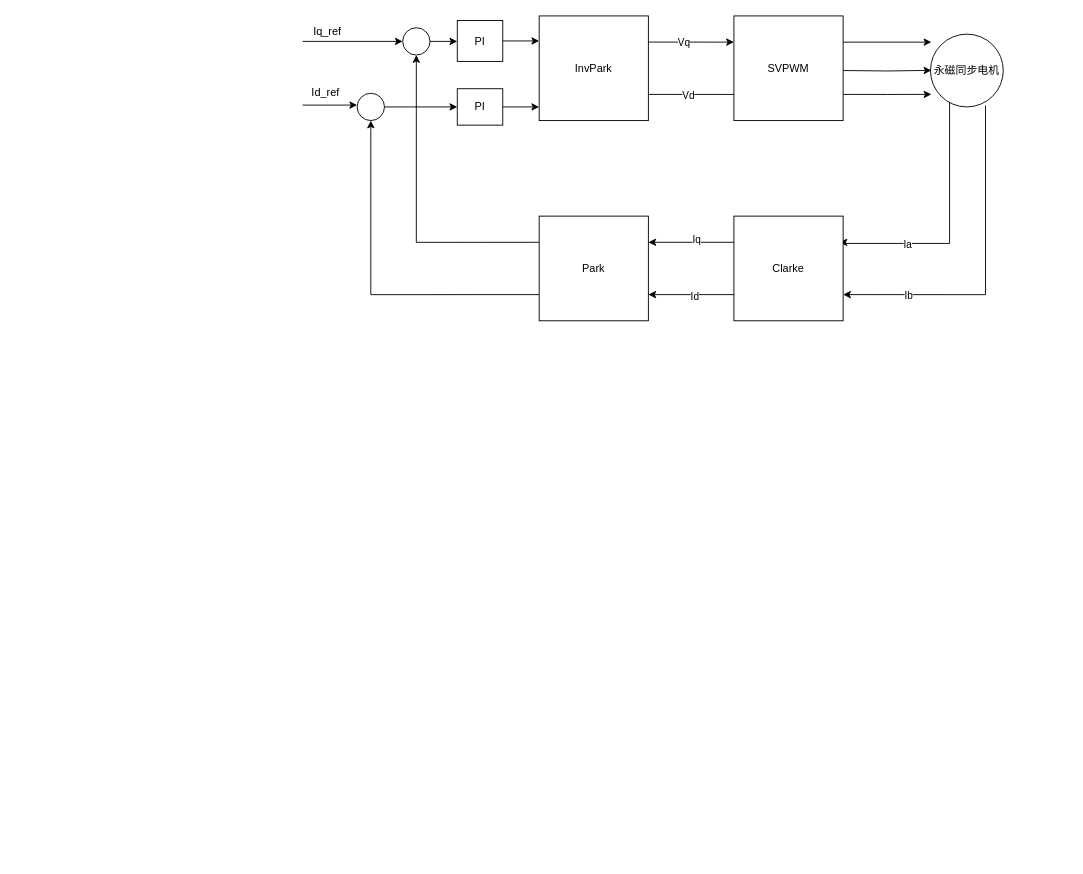
This is FOC电流环.drawio from songruidong/draw.io, a draw.io file, before an edit. Source tidied: cells renumbered, new cells numbered last; positions are measured from the earlier drawing's top-left corner, leaving out a move shared by most shapes. Both pictures are drawn from the tidied source at 91%, with x=0, y=0 at pixel (302, 15).
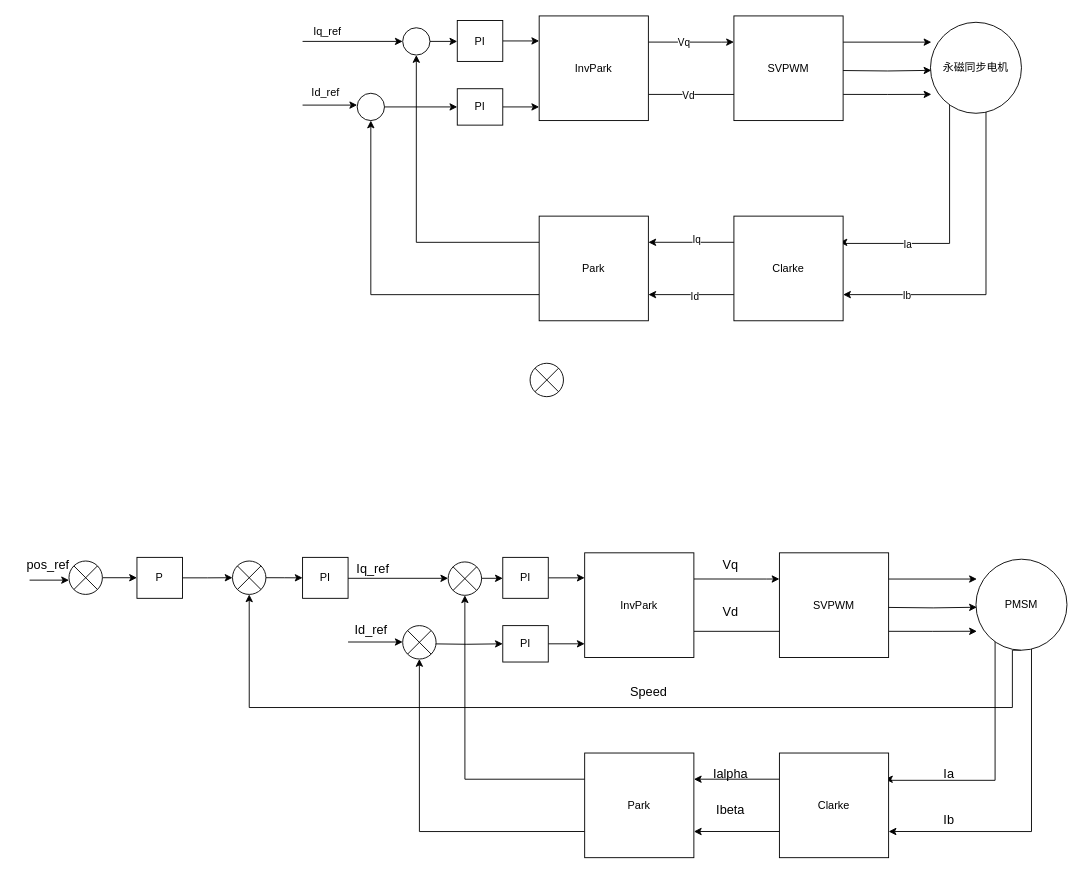
After the change.

Commit message (it also covers changes not shown here):
更新FOC电流环.drawio

Unchanged cells that the change refers to:
```xml
<mxCell id="26" value="Clarke" style="rounded=0;whiteSpace=wrap;html=1;" parent="1" vertex="1">
  <mxGeometry x="474" y="220" width="120" height="115" as="geometry" />
</mxCell>
```

The edit, as a diff of the source:
```diff
@@
-    <mxCell id="20" style="edgeStyle=orthogonalEdgeStyle;rounded=0;jettySize=auto;html=1;exitX=0.756;exitY=0.981;exitDx=0;exitDy=0;entryX=1;entryY=0.75;entryDx=0;entryDy=0;exitPerimeter=0;" parent="1" edge="1" source="30" target="26">
+    <mxCell id="20" style="edgeStyle=orthogonalEdgeStyle;rounded=0;jettySize=auto;html=1;exitX=0.595;exitY=0.98;exitDx=0;exitDy=0;entryX=1;entryY=0.75;entryDx=0;entryDy=0;exitPerimeter=0;" parent="1" edge="1" source="30" target="26">
       <mxGeometry relative="1" as="geometry">
         <Array as="points">
+          <mxPoint x="751" y="105" />
           <mxPoint x="751" y="306" />
         </Array>
       </mxGeometry>
     </mxCell>
@@
     <mxCell id="30" value="永磁同步电机" style="ellipse;whiteSpace=wrap;html=1;" parent="1" vertex="1">
-      <mxGeometry x="690" y="20" width="80" height="80" as="geometry" />
+      <mxGeometry x="690" y="7" width="100" height="100" as="geometry" />
     </mxCell>
@@
+    <mxCell id="36" style="edgeStyle=orthogonalEdgeStyle;rounded=0;jettySize=auto;html=1;" parent="1" edge="1" source="37" target="44">
+      <mxGeometry relative="1" as="geometry">
+        <Array as="points">
+          <mxPoint x="310" y="618" />
+          <mxPoint x="310" y="618" />
+        </Array>
+      </mxGeometry>
+    </mxCell>
+    <mxCell id="37" value="PI" style="rounded=0;whiteSpace=wrap;html=1;" parent="1" vertex="1">
+      <mxGeometry x="220" y="595" width="50" height="45" as="geometry" />
+    </mxCell>
+    <mxCell id="38" style="edgeStyle=orthogonalEdgeStyle;rounded=0;jettySize=auto;html=1;exitX=1;exitY=0.5;exitDx=0;exitDy=0;entryX=0;entryY=0.5;entryDx=0;entryDy=0;" parent="1" edge="1" target="37">
+      <mxGeometry relative="1" as="geometry">
+        <mxPoint x="190" y="618" as="sourcePoint" />
+      </mxGeometry>
+    </mxCell>
+    <mxCell id="39" style="edgeStyle=orthogonalEdgeStyle;rounded=0;jettySize=auto;html=1;" parent="1" edge="1" source="40" target="44">
+      <mxGeometry relative="1" as="geometry">
+        <Array as="points">
+          <mxPoint x="310" y="690" />
+          <mxPoint x="310" y="690" />
+        </Array>
+      </mxGeometry>
+    </mxCell>
+    <mxCell id="40" value="PI" style="rounded=0;whiteSpace=wrap;html=1;" parent="1" vertex="1">
+      <mxGeometry x="220" y="670" width="50" height="40" as="geometry" />
+    </mxCell>
+    <mxCell id="41" style="edgeStyle=orthogonalEdgeStyle;rounded=0;jettySize=auto;html=1;exitX=1;exitY=0.5;exitDx=0;exitDy=0;entryX=0;entryY=0.5;entryDx=0;entryDy=0;" parent="1" edge="1" target="40">
+      <mxGeometry relative="1" as="geometry">
+        <mxPoint x="140" y="690" as="sourcePoint" />
+      </mxGeometry>
+    </mxCell>
+    <mxCell id="42" style="edgeStyle=orthogonalEdgeStyle;rounded=0;jettySize=auto;html=1;exitX=1;exitY=0.75;exitDx=0;exitDy=0;entryX=0;entryY=0.75;entryDx=0;entryDy=0;" parent="1" edge="1" source="44" target="47">
+      <mxGeometry relative="1" as="geometry">
+        <Array as="points">
+          <mxPoint x="540" y="676" />
+        </Array>
+      </mxGeometry>
+    </mxCell>
+    <mxCell id="43" style="edgeStyle=orthogonalEdgeStyle;rounded=0;jettySize=auto;html=1;exitX=1;exitY=0.25;exitDx=0;exitDy=0;entryX=0;entryY=0.25;entryDx=0;entryDy=0;" parent="1" edge="1" source="44" target="47">
+      <mxGeometry relative="1" as="geometry">
+        <Array as="points">
+          <mxPoint x="510" y="619" />
+          <mxPoint x="510" y="619" />
+        </Array>
+      </mxGeometry>
+    </mxCell>
+    <mxCell id="44" value="InvPark" style="rounded=0;whiteSpace=wrap;html=1;" parent="1" vertex="1">
+      <mxGeometry x="310" y="590" width="120" height="115" as="geometry" />
+    </mxCell>
+    <mxCell id="45" style="edgeStyle=orthogonalEdgeStyle;rounded=0;jettySize=auto;html=1;exitX=1;exitY=0.75;exitDx=0;exitDy=0;entryX=0;entryY=0.75;entryDx=0;entryDy=0;" parent="1" edge="1" source="47">
+      <mxGeometry relative="1" as="geometry">
+        <mxPoint x="741" y="676.2" as="targetPoint" />
+      </mxGeometry>
+    </mxCell>
+    <mxCell id="46" style="edgeStyle=orthogonalEdgeStyle;rounded=0;orthogonalLoop=1;jettySize=auto;html=1;exitX=1;exitY=0.25;exitDx=0;exitDy=0;entryX=0;entryY=0.25;entryDx=0;entryDy=0;" parent="1" edge="1">
+      <mxGeometry relative="1" as="geometry">
+        <mxPoint x="644" y="618.8" as="sourcePoint" />
+        <mxPoint x="741" y="618.8" as="targetPoint" />
+      </mxGeometry>
+    </mxCell>
+    <mxCell id="47" value="SVPWM" style="rounded=0;whiteSpace=wrap;html=1;" parent="1" vertex="1">
+      <mxGeometry x="524" y="590" width="120" height="115" as="geometry" />
+    </mxCell>
+    <mxCell id="48" style="edgeStyle=orthogonalEdgeStyle;rounded=0;jettySize=auto;html=1;exitX=0.25;exitY=0.875;exitDx=0;exitDy=0;entryX=0.967;entryY=0.25;entryDx=0;entryDy=0;exitPerimeter=0;entryPerimeter=0;" parent="1" edge="1" target="52">
+      <mxGeometry relative="1" as="geometry">
+        <mxPoint x="761" y="680" as="sourcePoint" />
+        <Array as="points">
+          <mxPoint x="761" y="840" />
+          <mxPoint x="646" y="840" />
+          <mxPoint x="646" y="839" />
+        </Array>
+      </mxGeometry>
+    </mxCell>
+    <mxCell id="49" style="edgeStyle=orthogonalEdgeStyle;rounded=0;jettySize=auto;html=1;exitX=0.595;exitY=0.98;exitDx=0;exitDy=0;entryX=1;entryY=0.75;entryDx=0;entryDy=0;exitPerimeter=0;" parent="1" edge="1" source="57" target="52">
+      <mxGeometry relative="1" as="geometry">
+        <Array as="points">
+          <mxPoint x="801" y="695" />
+          <mxPoint x="801" y="896" />
+        </Array>
+      </mxGeometry>
+    </mxCell>
+    <mxCell id="50" style="edgeStyle=orthogonalEdgeStyle;rounded=0;jettySize=auto;html=1;exitX=0;exitY=0.25;exitDx=0;exitDy=0;entryX=1;entryY=0.25;entryDx=0;entryDy=0;" parent="1" edge="1" source="52" target="55">
+      <mxGeometry relative="1" as="geometry" />
+    </mxCell>
+    <mxCell id="51" style="edgeStyle=orthogonalEdgeStyle;rounded=0;jettySize=auto;html=1;exitX=0;exitY=0.75;exitDx=0;exitDy=0;entryX=1;entryY=0.75;entryDx=0;entryDy=0;" parent="1" edge="1" source="52" target="55">
+      <mxGeometry relative="1" as="geometry" />
+    </mxCell>
+    <mxCell id="52" value="Clarke" style="rounded=0;whiteSpace=wrap;html=1;" parent="1" vertex="1">
+      <mxGeometry x="524" y="810" width="120" height="115" as="geometry" />
+    </mxCell>
+    <mxCell id="53" style="edgeStyle=orthogonalEdgeStyle;rounded=0;jettySize=auto;html=1;exitX=0;exitY=0.25;exitDx=0;exitDy=0;entryX=0.5;entryY=1;entryDx=0;entryDy=0;" parent="1" edge="1" source="55" target="68">
+      <mxGeometry relative="1" as="geometry" />
+    </mxCell>
+    <mxCell id="54" style="edgeStyle=orthogonalEdgeStyle;rounded=0;jettySize=auto;html=1;exitX=0;exitY=0.75;exitDx=0;exitDy=0;entryX=0.5;entryY=1;entryDx=0;entryDy=0;" parent="1" edge="1" source="55" target="64">
+      <mxGeometry relative="1" as="geometry" />
+    </mxCell>
+    <mxCell id="55" value="Park" style="rounded=0;whiteSpace=wrap;html=1;" parent="1" vertex="1">
+      <mxGeometry x="310" y="810" width="120" height="115" as="geometry" />
+    </mxCell>
+    <mxCell id="56" style="edgeStyle=orthogonalEdgeStyle;rounded=0;jettySize=auto;html=1;exitX=0.5;exitY=1;exitDx=0;exitDy=0;entryX=0.5;entryY=1;entryDx=0;entryDy=0;" parent="1" edge="1" source="57" target="76">
+      <mxGeometry relative="1" as="geometry">
+        <Array as="points">
+          <mxPoint x="780" y="697" />
+          <mxPoint x="780" y="760" />
+          <mxPoint x="-59" y="760" />
+        </Array>
+      </mxGeometry>
+    </mxCell>
+    <mxCell id="57" value="PMSM" style="ellipse;whiteSpace=wrap;html=1;" parent="1" vertex="1">
+      <mxGeometry x="740" y="597" width="100" height="100" as="geometry" />
+    </mxCell>
+    <mxCell id="58" style="endArrow=classic;html=1;rounded=0;entryX=0;entryY=0.5;entryDx=0;entryDy=0;" parent="1" edge="1">
+      <mxGeometry relative="1" as="geometry">
+        <mxPoint x="50" y="618" as="sourcePoint" />
+        <mxPoint x="160" y="618" as="targetPoint" />
+      </mxGeometry>
+    </mxCell>
+    <mxCell id="59" style="endArrow=classic;html=1;rounded=0;entryX=0;entryY=0.5;entryDx=0;entryDy=0;" parent="1" edge="1">
+      <mxGeometry relative="1" as="geometry">
+        <mxPoint x="50" y="688" as="sourcePoint" />
+        <mxPoint x="110" y="688" as="targetPoint" />
+      </mxGeometry>
+    </mxCell>
+    <mxCell id="60" value="&lt;font style=&quot;font-size: 14px;&quot;&gt;Iq_ref&lt;/font&gt;" style="text;html=1;align=center;verticalAlign=middle;strokeColor=none;fillColor=none;" parent="1" vertex="1">
+      <mxGeometry x="47" y="593" width="60" height="30" as="geometry" />
+    </mxCell>
+    <mxCell id="61" value="&lt;font style=&quot;font-size: 14px;&quot;&gt;Id_ref&lt;/font&gt;" style="text;html=1;align=center;verticalAlign=middle;strokeColor=none;fillColor=none;" parent="1" vertex="1">
+      <mxGeometry x="45" y="660" width="60" height="30" as="geometry" />
+    </mxCell>
+    <mxCell id="62" style="edgeStyle=orthogonalEdgeStyle;rounded=0;orthogonalLoop=1;jettySize=auto;html=1;exitX=1;exitY=0.25;exitDx=0;exitDy=0;entryX=0;entryY=0.25;entryDx=0;entryDy=0;" parent="1" edge="1">
+      <mxGeometry relative="1" as="geometry">
+        <mxPoint x="644" y="650" as="sourcePoint" />
+        <mxPoint x="741" y="649.8" as="targetPoint" />
+      </mxGeometry>
+    </mxCell>
+    <mxCell id="63" style="group;" parent="1" vertex="1">
+      <mxGeometry x="110" y="680" width="40" height="40" as="geometry" />
+    </mxCell>
+    <mxCell id="64" style="ellipse;whiteSpace=wrap;html=1;" parent="63" vertex="1">
+      <mxGeometry y="-10" width="36.7" height="36.7" as="geometry" />
+    </mxCell>
+    <mxCell id="65" style="endArrow=none;html=1;rounded=0;entryX=1;entryY=0;entryDx=0;entryDy=0;exitX=0;exitY=1;exitDx=0;exitDy=0;" parent="63" edge="1" source="64" target="64">
+      <mxGeometry relative="1" as="geometry" />
+    </mxCell>
+    <mxCell id="66" style="endArrow=none;html=1;rounded=0;exitX=1;exitY=1;exitDx=0;exitDy=0;entryX=0;entryY=0;entryDx=0;entryDy=0;" parent="63" edge="1" source="64" target="64">
+      <mxGeometry relative="1" as="geometry" />
+    </mxCell>
+    <mxCell id="67" style="group;" parent="1" vertex="1">
+      <mxGeometry x="160" y="610" width="40" height="40" as="geometry" />
+    </mxCell>
+    <mxCell id="68" style="ellipse;whiteSpace=wrap;html=1;" parent="67" vertex="1">
+      <mxGeometry y="-10" width="36.7" height="36.7" as="geometry" />
+    </mxCell>
+    <mxCell id="69" style="endArrow=none;html=1;rounded=0;entryX=1;entryY=0;entryDx=0;entryDy=0;exitX=0;exitY=1;exitDx=0;exitDy=0;" parent="67" edge="1" source="68" target="68">
+      <mxGeometry relative="1" as="geometry" />
+    </mxCell>
+    <mxCell id="70" style="endArrow=none;html=1;rounded=0;exitX=1;exitY=1;exitDx=0;exitDy=0;entryX=0;entryY=0;entryDx=0;entryDy=0;" parent="67" edge="1" source="68" target="68">
+      <mxGeometry relative="1" as="geometry" />
+    </mxCell>
+    <mxCell id="71" value="PI" style="rounded=0;whiteSpace=wrap;html=1;" parent="1" vertex="1">
+      <mxGeometry y="595" width="50" height="45" as="geometry" />
+    </mxCell>
+    <mxCell id="72" style="ellipse;whiteSpace=wrap;html=1;" parent="1" vertex="1">
+      <mxGeometry x="250" y="381.7" width="36.7" height="36.7" as="geometry" />
+    </mxCell>
+    <mxCell id="73" style="endArrow=none;html=1;rounded=0;entryX=1;entryY=0;entryDx=0;entryDy=0;exitX=0;exitY=1;exitDx=0;exitDy=0;" parent="1" edge="1" source="72" target="72">
+      <mxGeometry relative="1" as="geometry" />
+    </mxCell>
+    <mxCell id="74" style="endArrow=none;html=1;rounded=0;exitX=1;exitY=1;exitDx=0;exitDy=0;entryX=0;entryY=0;entryDx=0;entryDy=0;" parent="1" edge="1" source="72" target="72">
+      <mxGeometry relative="1" as="geometry" />
+    </mxCell>
+    <mxCell id="75" style="edgeStyle=orthogonalEdgeStyle;rounded=0;jettySize=auto;html=1;exitX=1;exitY=0.5;exitDx=0;exitDy=0;entryX=0;entryY=0.5;entryDx=0;entryDy=0;" parent="1" edge="1" source="76" target="71">
+      <mxGeometry relative="1" as="geometry" />
+    </mxCell>
+    <mxCell id="76" style="ellipse;whiteSpace=wrap;html=1;" parent="1" vertex="1">
+      <mxGeometry x="-77" y="599" width="36.7" height="36.7" as="geometry" />
+    </mxCell>
+    <mxCell id="77" style="endArrow=none;html=1;rounded=0;entryX=1;entryY=0;entryDx=0;entryDy=0;exitX=0;exitY=1;exitDx=0;exitDy=0;" parent="1" edge="1" source="76" target="76">
+      <mxGeometry relative="1" as="geometry" />
+    </mxCell>
+    <mxCell id="78" style="endArrow=none;html=1;rounded=0;exitX=1;exitY=1;exitDx=0;exitDy=0;entryX=0;entryY=0;entryDx=0;entryDy=0;" parent="1" edge="1" source="76" target="76">
+      <mxGeometry relative="1" as="geometry" />
+    </mxCell>
+    <mxCell id="79" style="edgeStyle=orthogonalEdgeStyle;rounded=0;jettySize=auto;html=1;exitX=1;exitY=0.5;exitDx=0;exitDy=0;entryX=0;entryY=0.5;entryDx=0;entryDy=0;" parent="1" edge="1" source="80" target="84">
+      <mxGeometry relative="1" as="geometry" />
+    </mxCell>
+    <mxCell id="80" style="ellipse;whiteSpace=wrap;html=1;" parent="1" vertex="1">
+      <mxGeometry x="-256.7" y="599" width="36.7" height="36.7" as="geometry" />
+    </mxCell>
+    <mxCell id="81" style="endArrow=none;html=1;rounded=0;entryX=1;entryY=0;entryDx=0;entryDy=0;exitX=0;exitY=1;exitDx=0;exitDy=0;" parent="1" edge="1" source="80" target="80">
+      <mxGeometry relative="1" as="geometry" />
+    </mxCell>
+    <mxCell id="82" style="endArrow=none;html=1;rounded=0;exitX=1;exitY=1;exitDx=0;exitDy=0;entryX=0;entryY=0;entryDx=0;entryDy=0;" parent="1" edge="1" source="80" target="80">
+      <mxGeometry relative="1" as="geometry" />
+    </mxCell>
+    <mxCell id="83" style="edgeStyle=orthogonalEdgeStyle;rounded=0;jettySize=auto;html=1;exitX=1;exitY=0.5;exitDx=0;exitDy=0;entryX=0;entryY=0.5;entryDx=0;entryDy=0;" parent="1" edge="1" source="84" target="76">
+      <mxGeometry relative="1" as="geometry" />
+    </mxCell>
+    <mxCell id="84" value="P" style="rounded=0;whiteSpace=wrap;html=1;" parent="1" vertex="1">
+      <mxGeometry x="-182" y="595" width="50" height="45" as="geometry" />
+    </mxCell>
+    <mxCell id="85" style="endArrow=classic;html=1;rounded=0;" parent="1" edge="1">
+      <mxGeometry relative="1" as="geometry">
+        <mxPoint x="-300" y="620" as="sourcePoint" />
+        <mxPoint x="-256.7" y="620" as="targetPoint" />
+      </mxGeometry>
+    </mxCell>
+    <mxCell id="86" value="&lt;font style=&quot;font-size: 14px;&quot;&gt;pos_ref&lt;/font&gt;" style="text;html=1;align=center;verticalAlign=middle;strokeColor=none;fillColor=none;" parent="1" vertex="1">
+      <mxGeometry x="-315" y="588" width="70" height="30" as="geometry" />
+    </mxCell>
+    <mxCell id="87" value="&lt;font style=&quot;font-size: 14px;&quot;&gt;Vq&lt;/font&gt;" style="text;html=1;align=center;verticalAlign=middle;strokeColor=none;fillColor=none;" parent="1" vertex="1">
+      <mxGeometry x="450" y="588" width="40" height="30" as="geometry" />
+    </mxCell>
+    <mxCell id="88" value="&lt;font style=&quot;font-size: 14px;&quot;&gt;Vd&lt;/font&gt;" style="text;html=1;align=center;verticalAlign=middle;strokeColor=none;fillColor=none;" parent="1" vertex="1">
+      <mxGeometry x="450" y="640" width="40" height="30" as="geometry" />
+    </mxCell>
+    <mxCell id="89" value="&lt;font style=&quot;font-size: 14px;&quot;&gt;Speed&lt;/font&gt;" style="text;html=1;align=center;verticalAlign=middle;strokeColor=none;fillColor=none;" parent="1" vertex="1">
+      <mxGeometry x="350" y="728" width="60" height="30" as="geometry" />
+    </mxCell>
+    <mxCell id="90" value="&lt;font style=&quot;font-size: 14px;&quot;&gt;Ia&lt;/font&gt;" style="text;html=1;align=center;verticalAlign=middle;strokeColor=none;fillColor=none;" parent="1" vertex="1">
+      <mxGeometry x="690" y="818" width="40" height="30" as="geometry" />
+    </mxCell>
+    <mxCell id="91" value="&lt;font style=&quot;font-size: 14px;&quot;&gt;Ib&lt;/font&gt;" style="text;html=1;align=center;verticalAlign=middle;strokeColor=none;fillColor=none;" parent="1" vertex="1">
+      <mxGeometry x="690" y="868" width="40" height="30" as="geometry" />
+    </mxCell>
+    <mxCell id="92" value="&lt;font style=&quot;font-size: 14px;&quot;&gt;Ialpha&lt;/font&gt;" style="text;html=1;align=center;verticalAlign=middle;strokeColor=none;fillColor=none;" parent="1" vertex="1">
+      <mxGeometry x="440" y="818" width="60" height="30" as="geometry" />
+    </mxCell>
+    <mxCell id="93" value="&lt;font style=&quot;font-size: 14px;&quot;&gt;Ibeta&lt;/font&gt;" style="text;html=1;align=center;verticalAlign=middle;strokeColor=none;fillColor=none;" parent="1" vertex="1">
+      <mxGeometry x="445" y="858" width="50" height="30" as="geometry" />
+    </mxCell>
```
